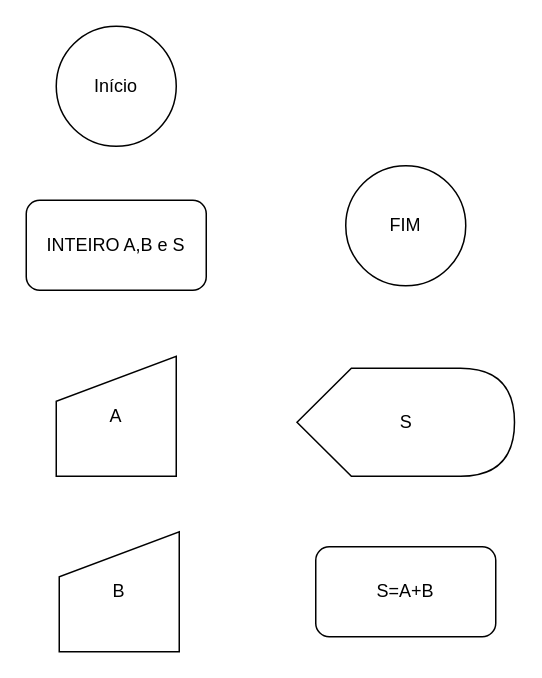
Earlier version of the draw.io diagram aula01.drawio (samuel-fts/ola-mundo). Source tidied: cells renumbered, new cells numbered last; positions are measured from the earlier drawing's top-left corner, leaving out a move shared by most shapes. Both pictures are drawn from the tidied source at 150%, with x=0, y=0 at pixel (26, 26).
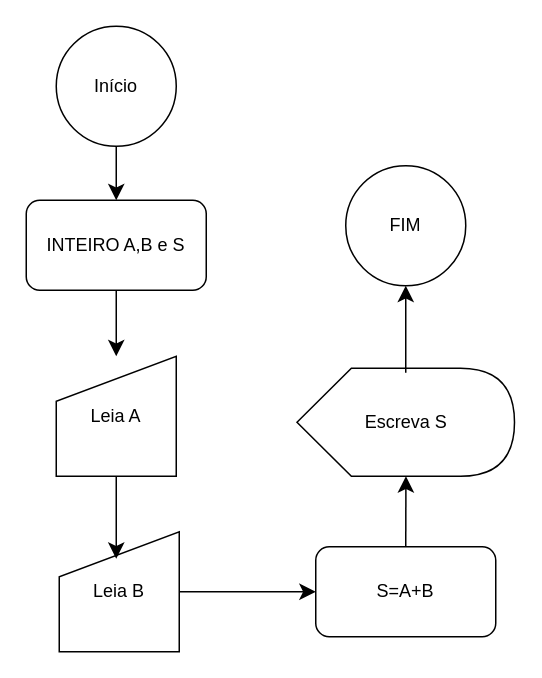
The same diagram, later.

The edit, as a diff of the source:
```diff
@@
 <mxGraphModel>
   <root>
     <mxCell id="0" />
     <mxCell id="1" parent="0" />
     <mxCell id="2" value="Início" style="ellipse;whiteSpace=wrap;html=1;" parent="1" vertex="1">
       <mxGeometry x="20" width="80" height="80" as="geometry" />
     </mxCell>
     <mxCell id="3" value="INTEIRO A,B e S" style="rounded=1;whiteSpace=wrap;html=1;" parent="1" vertex="1">
       <mxGeometry y="116" width="120" height="60" as="geometry" />
     </mxCell>
-    <mxCell id="4" value="A" style="shape=manualInput;whiteSpace=wrap;html=1;" parent="1" vertex="1">
+    <mxCell id="4" value="Leia A" style="shape=manualInput;whiteSpace=wrap;html=1;" parent="1" vertex="1">
       <mxGeometry x="20" y="220" width="80" height="80" as="geometry" />
     </mxCell>
-    <mxCell id="5" value="B" style="shape=manualInput;whiteSpace=wrap;html=1;" parent="1" vertex="1">
+    <mxCell id="5" value="Leia B" style="shape=manualInput;whiteSpace=wrap;html=1;" parent="1" vertex="1">
       <mxGeometry x="22" y="337" width="80" height="80" as="geometry" />
     </mxCell>
     <mxCell id="6" value="S=A+B" style="rounded=1;whiteSpace=wrap;html=1;" parent="1" vertex="1">
       <mxGeometry x="193" y="347" width="120" height="60" as="geometry" />
     </mxCell>
-    <mxCell id="7" value="S" style="shape=display;whiteSpace=wrap;html=1;" parent="1" vertex="1">
+    <mxCell id="7" value="Escreva S" style="shape=display;whiteSpace=wrap;html=1;" parent="1" vertex="1">
       <mxGeometry x="180.5" y="228" width="145" height="72" as="geometry" />
     </mxCell>
     <mxCell id="8" value="FIM" style="ellipse;whiteSpace=wrap;html=1;" parent="1" vertex="1">
       <mxGeometry x="213" y="93" width="80" height="80" as="geometry" />
     </mxCell>
+    <mxCell id="9" style="endArrow=classic;html=1;rounded=0;fontSize=12;startSize=8;endSize=8;curved=1;exitX=0.5;exitY=1;exitDx=0;exitDy=0;entryX=0.5;entryY=0;entryDx=0;entryDy=0;" parent="1" edge="1" source="3" target="4">
+      <mxGeometry relative="1" as="geometry" />
+    </mxCell>
+    <mxCell id="10" style="endArrow=classic;html=1;rounded=0;fontSize=12;startSize=8;endSize=8;curved=1;exitX=0.5;exitY=1;exitDx=0;exitDy=0;entryX=0.5;entryY=0;entryDx=0;entryDy=0;" parent="1" edge="1" source="2" target="3">
+      <mxGeometry relative="1" as="geometry" />
+    </mxCell>
+    <mxCell id="11" style="edgeStyle=none;curved=1;rounded=0;orthogonalLoop=1;jettySize=auto;html=1;entryX=0.5;entryY=0;entryDx=0;entryDy=0;fontSize=12;startSize=8;endSize=8;" parent="1" edge="1" source="3" target="3">
+      <mxGeometry relative="1" as="geometry" />
+    </mxCell>
+    <mxCell id="12" style="endArrow=classic;html=1;rounded=0;fontSize=12;startSize=8;endSize=8;curved=1;exitX=0.5;exitY=1;exitDx=0;exitDy=0;entryX=0.475;entryY=0.225;entryDx=0;entryDy=0;entryPerimeter=0;" parent="1" edge="1" source="4" target="5">
+      <mxGeometry relative="1" as="geometry" />
+    </mxCell>
+    <mxCell id="13" style="endArrow=classic;html=1;rounded=0;fontSize=12;startSize=8;endSize=8;curved=1;exitX=1;exitY=0.5;exitDx=0;exitDy=0;entryX=0;entryY=0.5;entryDx=0;entryDy=0;" parent="1" edge="1" source="5" target="6">
+      <mxGeometry relative="1" as="geometry" />
+    </mxCell>
+    <mxCell id="14" style="endArrow=classic;html=1;rounded=0;fontSize=12;startSize=8;endSize=8;curved=1;exitX=0.5;exitY=0;exitDx=0;exitDy=0;entryX=0;entryY=0;entryDx=72.625;entryDy=72;entryPerimeter=0;" parent="1" edge="1" source="6" target="7">
+      <mxGeometry relative="1" as="geometry" />
+    </mxCell>
+    <mxCell id="15" style="endArrow=classic;html=1;rounded=0;fontSize=12;startSize=8;endSize=8;curved=1;entryX=0.5;entryY=1;entryDx=0;entryDy=0;" parent="1" edge="1" target="8">
+      <mxGeometry relative="1" as="geometry">
+        <mxPoint x="253" y="231" as="sourcePoint" />
+      </mxGeometry>
+    </mxCell>
   </root>
 </mxGraphModel>
```
